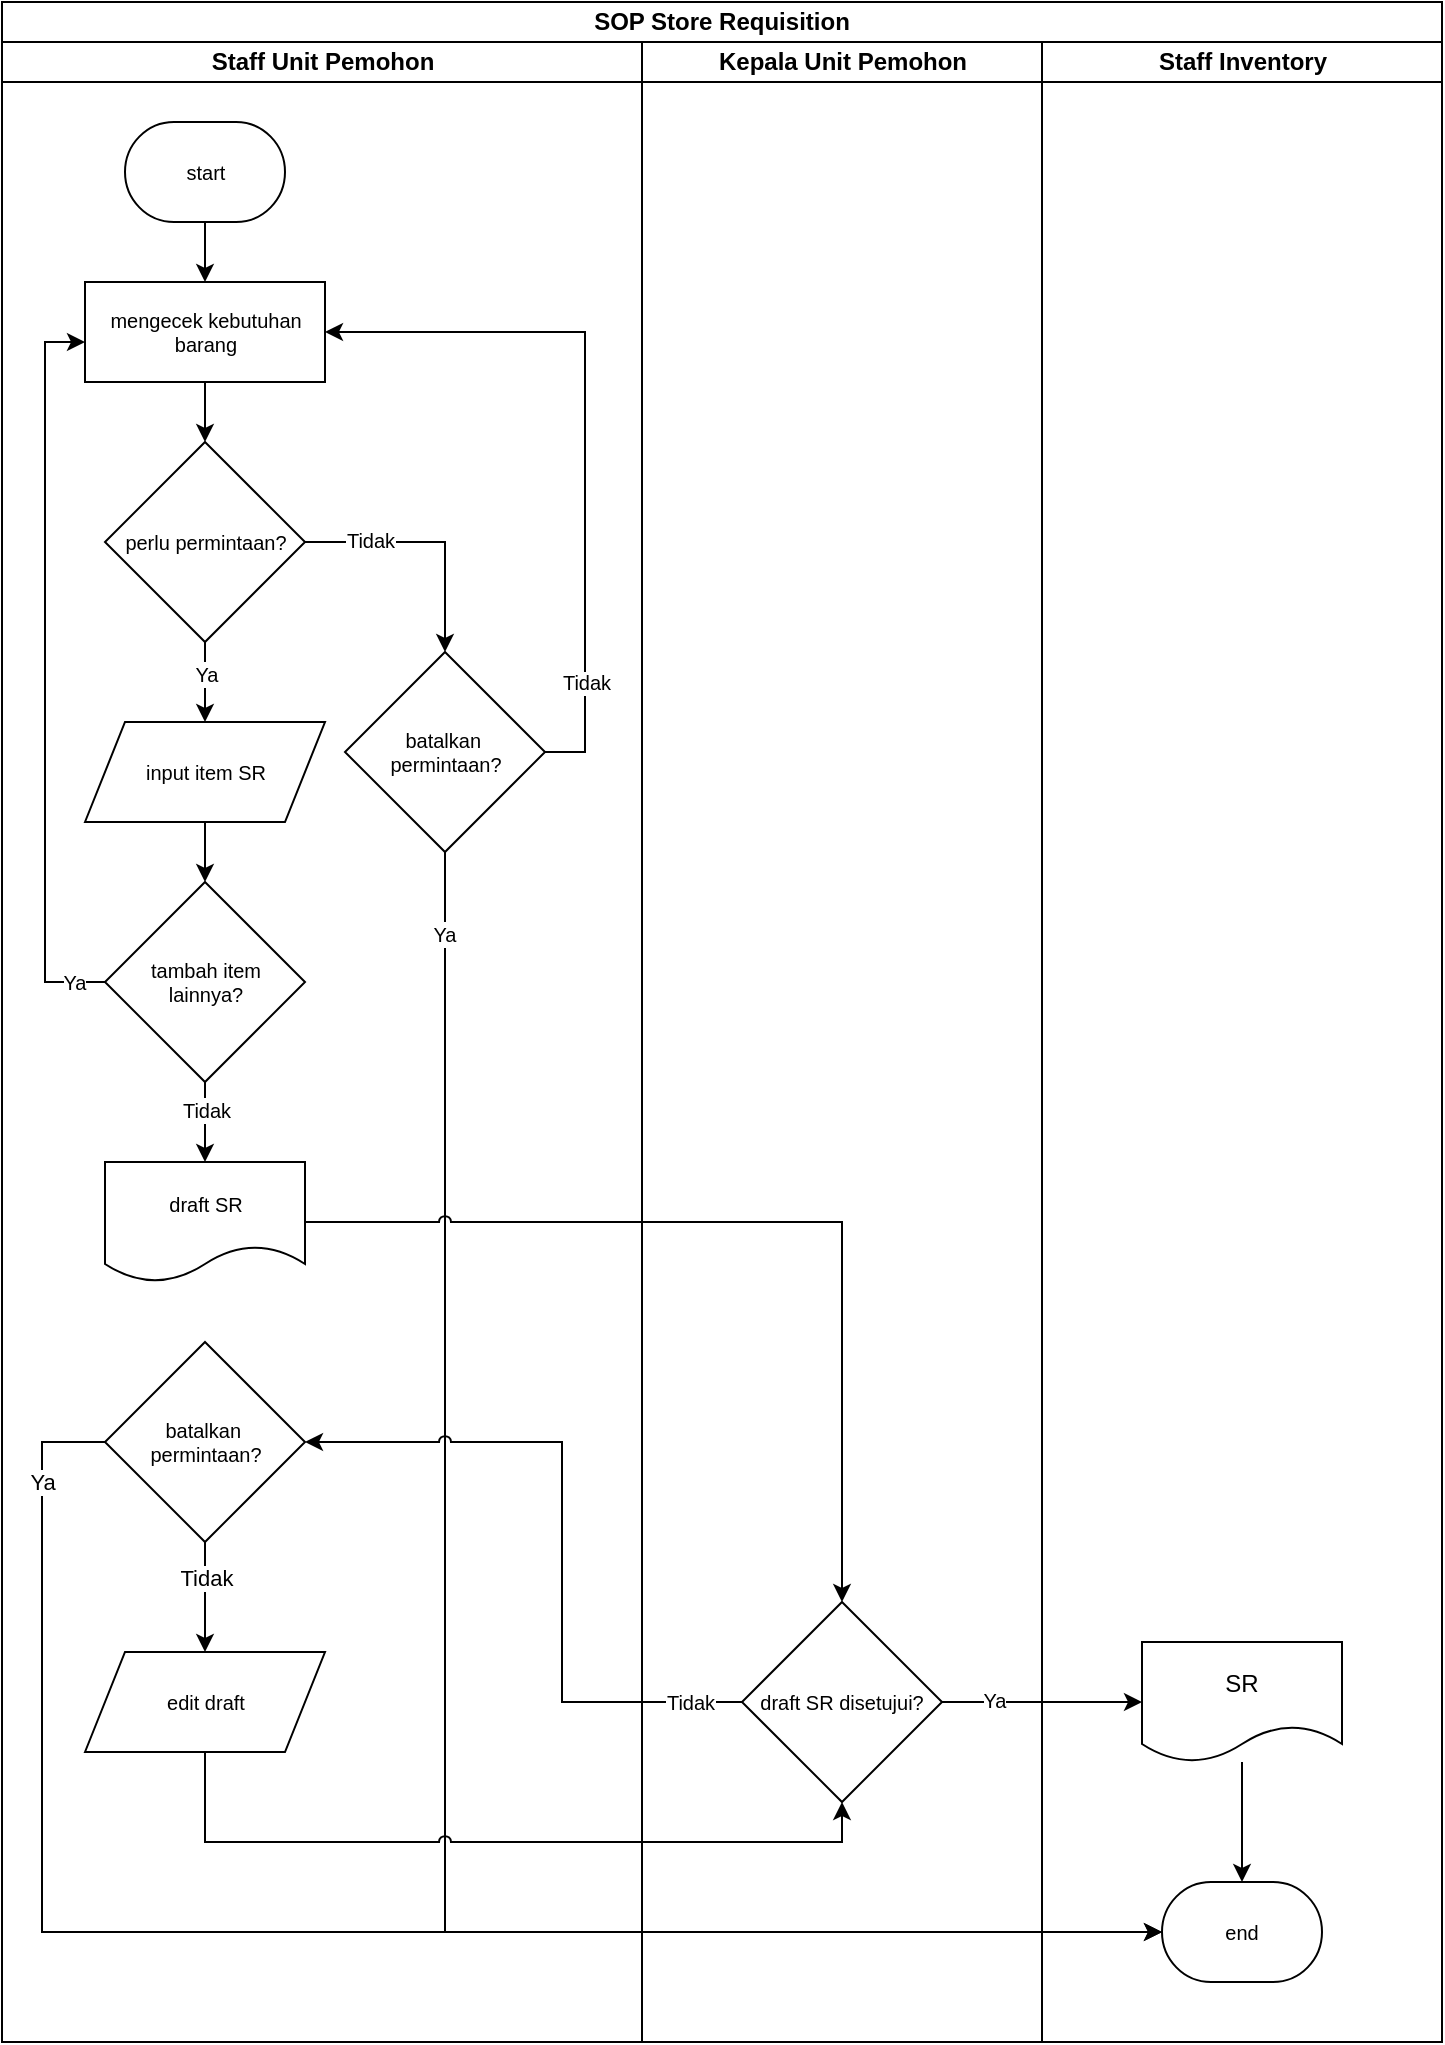
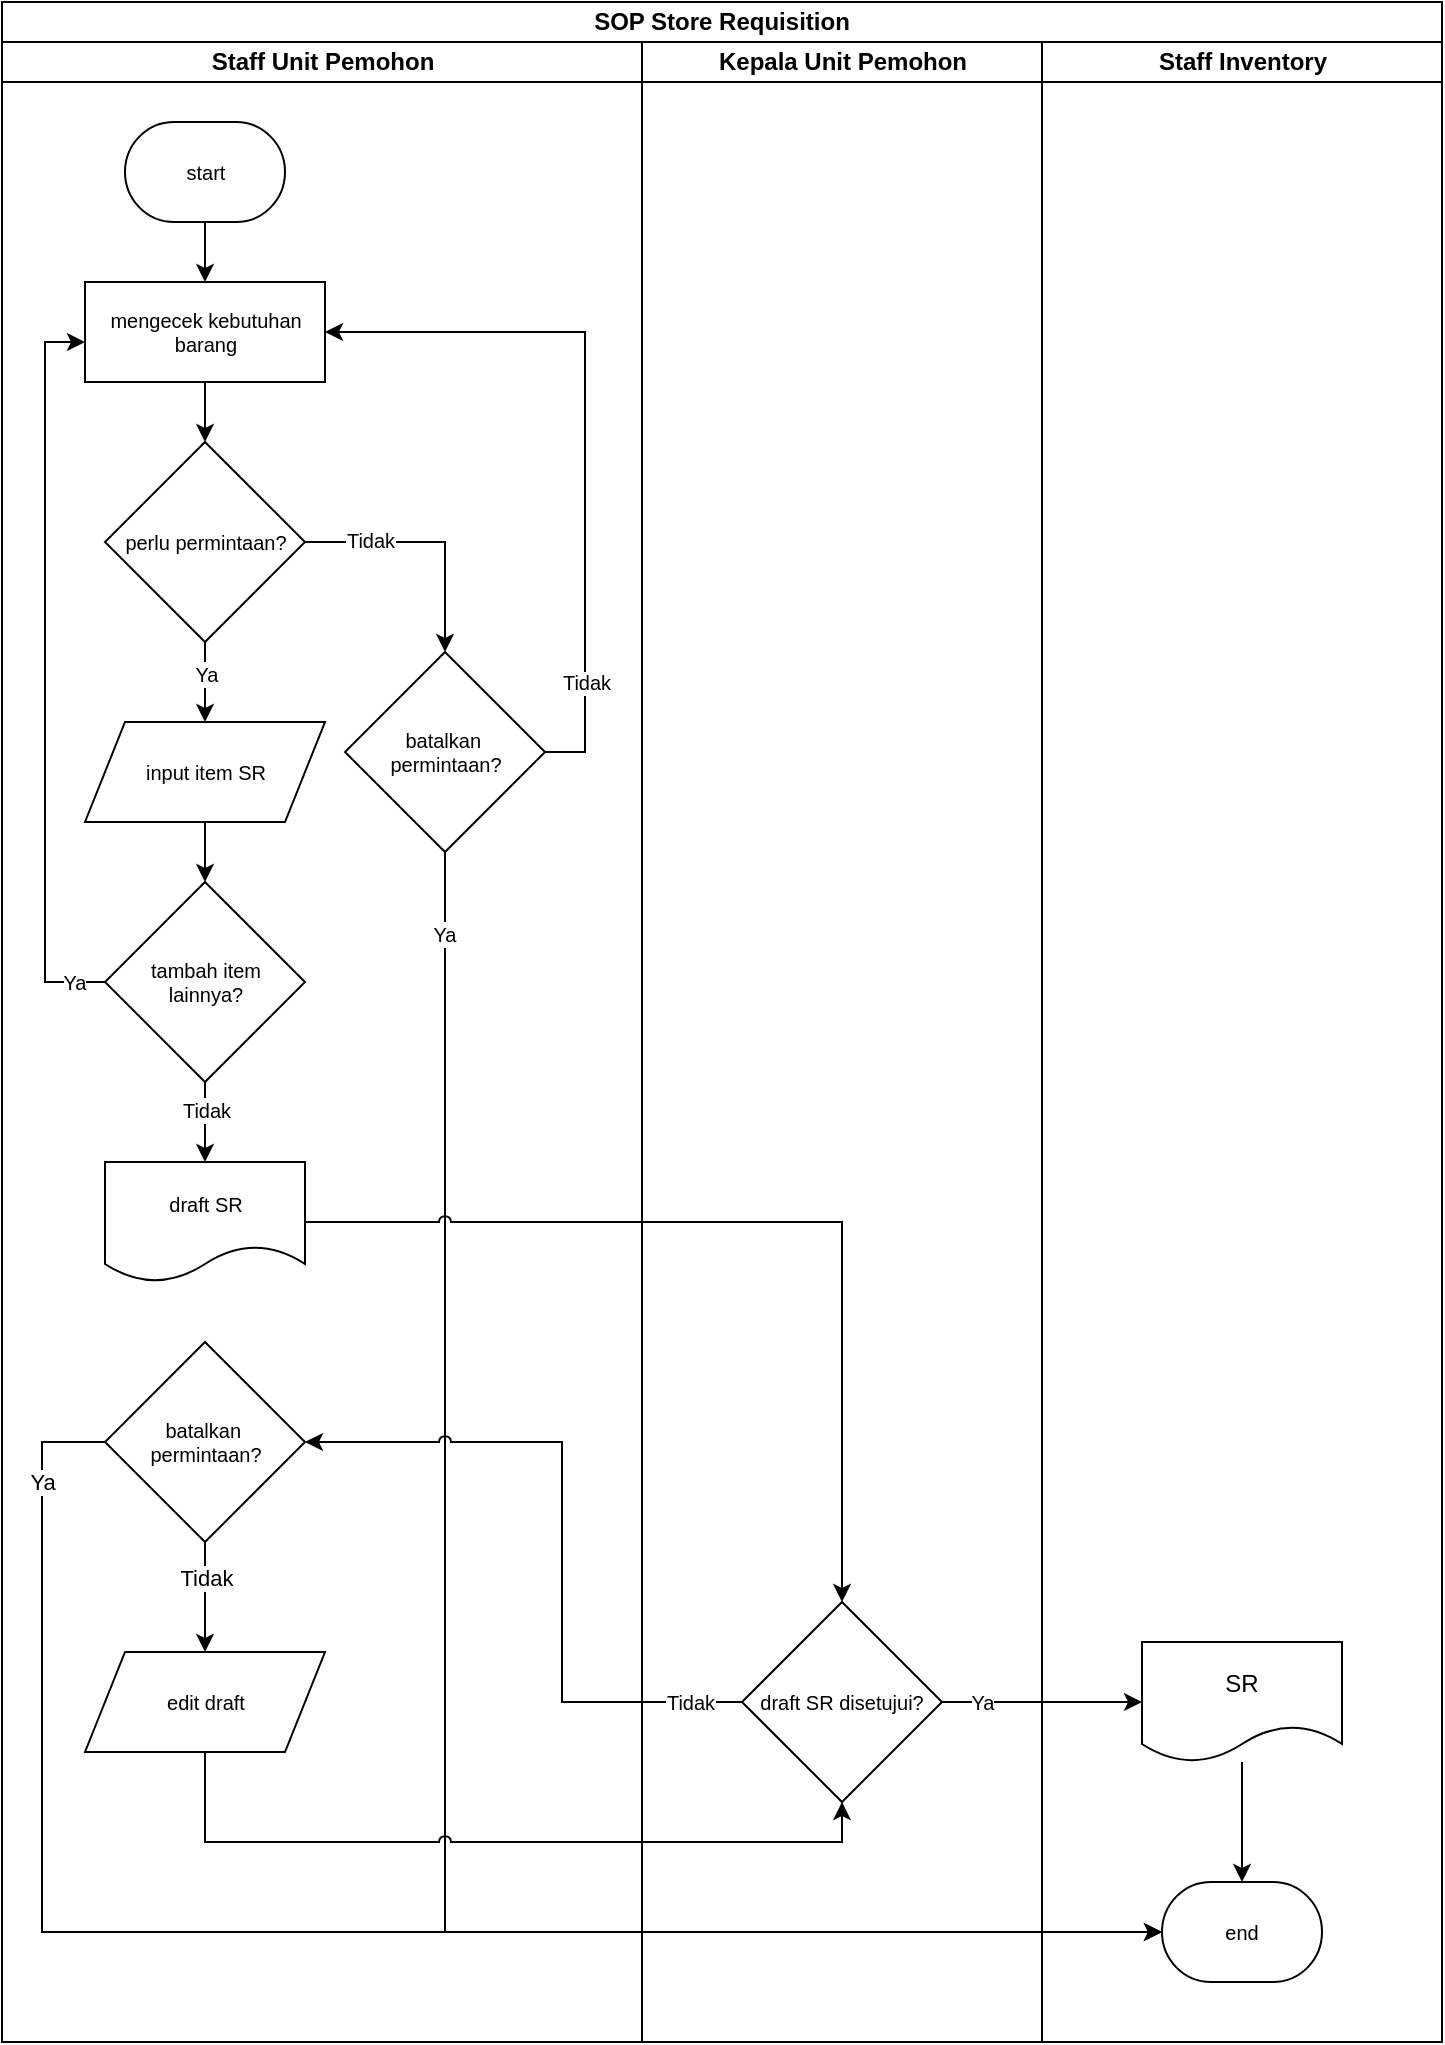
<mxfile host="app.diagrams.net" pages="2">
  <diagram name="SOP SR" id="mYAdajV0IufZudDyt58S">
-     <mxGraphModel dx="976" dy="550" grid="1" gridSize="10" guides="1" tooltips="1" connect="1" arrows="1" fold="1" page="1" pageScale="1" pageWidth="850" pageHeight="1100" math="0" shadow="0">
+     <mxGraphModel dx="558" dy="314" grid="1" gridSize="10" guides="1" tooltips="1" connect="1" arrows="1" fold="1" page="1" pageScale="1" pageWidth="850" pageHeight="1100" math="0" shadow="0">
      <root>
        <mxCell id="ewqPmyVIHkz6pLOVAfYW-0" />
        <mxCell id="ewqPmyVIHkz6pLOVAfYW-1" parent="ewqPmyVIHkz6pLOVAfYW-0" />
        <mxCell id="ewqPmyVIHkz6pLOVAfYW-2" parent="ewqPmyVIHkz6pLOVAfYW-1" style="swimlane;html=1;childLayout=stackLayout;resizeParent=1;resizeParentMax=0;startSize=20;whiteSpace=wrap;" value="SOP Store Requisition" vertex="1">
          <mxGeometry height="1020" width="720" x="600" y="330" as="geometry">
            <mxRectangle height="30" width="210" x="140" y="110" as="alternateBounds" />
          </mxGeometry>
        </mxCell>
        <mxCell id="ewqPmyVIHkz6pLOVAfYW-3" parent="ewqPmyVIHkz6pLOVAfYW-2" style="swimlane;html=1;startSize=20;" value="Staff Unit Pemohon" vertex="1">
          <mxGeometry height="1000" width="320" y="20" as="geometry" />
        </mxCell>
        <mxCell id="ewqPmyVIHkz6pLOVAfYW-4" parent="ewqPmyVIHkz6pLOVAfYW-3" style="strokeWidth=1;html=1;shape=mxgraph.flowchart.terminator;whiteSpace=wrap;fontSize=10;align=center;horizontal=1;spacing=0;" value="start" vertex="1">
          <mxGeometry height="50" width="80" x="61.5" y="40" as="geometry" />
        </mxCell>
        <mxCell id="ewqPmyVIHkz6pLOVAfYW-5" parent="ewqPmyVIHkz6pLOVAfYW-3" style="rounded=0;whiteSpace=wrap;html=1;absoluteArcSize=1;arcSize=7;strokeWidth=1;fontSize=10;" value="mengecek kebutuhan barang" vertex="1">
          <mxGeometry height="50" width="120" x="41.5" y="120" as="geometry" />
        </mxCell>
        <mxCell id="ewqPmyVIHkz6pLOVAfYW-6" edge="1" parent="ewqPmyVIHkz6pLOVAfYW-3" source="ewqPmyVIHkz6pLOVAfYW-5" style="edgeStyle=orthogonalEdgeStyle;rounded=0;orthogonalLoop=1;jettySize=auto;html=1;" value="">
          <mxGeometry relative="1" as="geometry">
            <mxPoint x="101.5" y="200" as="targetPoint" />
          </mxGeometry>
        </mxCell>
        <mxCell id="ewqPmyVIHkz6pLOVAfYW-7" edge="1" parent="ewqPmyVIHkz6pLOVAfYW-3" source="ewqPmyVIHkz6pLOVAfYW-4" style="edgeStyle=orthogonalEdgeStyle;rounded=0;orthogonalLoop=1;jettySize=auto;html=1;" target="ewqPmyVIHkz6pLOVAfYW-5" value="">
          <mxGeometry relative="1" as="geometry" />
        </mxCell>
        <mxCell id="ewqPmyVIHkz6pLOVAfYW-8" edge="1" parent="ewqPmyVIHkz6pLOVAfYW-3" source="ewqPmyVIHkz6pLOVAfYW-9" style="edgeStyle=orthogonalEdgeStyle;rounded=0;orthogonalLoop=1;jettySize=auto;html=1;entryX=0.5;entryY=0;entryDx=0;entryDy=0;" target="ewqPmyVIHkz6pLOVAfYW-14" value="">
          <mxGeometry relative="1" as="geometry">
            <mxPoint x="101.52564102564111" y="330" as="targetPoint" />
          </mxGeometry>
        </mxCell>
        <mxCell id="OhGSODvtPTQOCyl8h_7D-8" connectable="0" parent="ewqPmyVIHkz6pLOVAfYW-8" style="edgeLabel;html=1;align=center;verticalAlign=middle;resizable=0;points=[];" value="&lt;font style=&quot;font-size: 10px;&quot;&gt;Ya&lt;/font&gt;" vertex="1">
          <mxGeometry relative="1" x="-0.6444" y="-1" as="geometry">
            <mxPoint x="1" y="9" as="offset" />
          </mxGeometry>
        </mxCell>
        <mxCell id="ewqPmyVIHkz6pLOVAfYW-9" parent="ewqPmyVIHkz6pLOVAfYW-3" style="rhombus;whiteSpace=wrap;html=1;fontSize=10;" value="perlu permintaan?" vertex="1">
          <mxGeometry height="100" width="100" x="51.5" y="200" as="geometry" />
        </mxCell>
        <mxCell id="ewqPmyVIHkz6pLOVAfYW-10" edge="1" parent="ewqPmyVIHkz6pLOVAfYW-3" source="ewqPmyVIHkz6pLOVAfYW-14" style="edgeStyle=orthogonalEdgeStyle;rounded=0;orthogonalLoop=1;jettySize=auto;html=1;" target="ewqPmyVIHkz6pLOVAfYW-13" value="">
          <mxGeometry relative="1" as="geometry">
            <Array as="points" />
            <mxPoint x="101.5" y="380" as="sourcePoint" />
          </mxGeometry>
        </mxCell>
        <mxCell id="ewqPmyVIHkz6pLOVAfYW-11" edge="1" parent="ewqPmyVIHkz6pLOVAfYW-3" source="ewqPmyVIHkz6pLOVAfYW-13" style="edgeStyle=orthogonalEdgeStyle;rounded=0;orthogonalLoop=1;jettySize=auto;html=1;" target="ewqPmyVIHkz6pLOVAfYW-5">
          <mxGeometry relative="1" as="geometry">
            <Array as="points">
              <mxPoint x="21.5" y="470" />
              <mxPoint x="21.5" y="150" />
            </Array>
            <mxPoint x="101.5" y="110" as="targetPoint" />
          </mxGeometry>
        </mxCell>
        <mxCell id="OhGSODvtPTQOCyl8h_7D-11" connectable="0" parent="ewqPmyVIHkz6pLOVAfYW-11" style="edgeLabel;html=1;align=center;verticalAlign=middle;resizable=0;points=[];" value="&lt;font style=&quot;font-size: 10px;&quot;&gt;Ya&lt;/font&gt;" vertex="1">
          <mxGeometry relative="1" x="-0.913" as="geometry">
            <mxPoint as="offset" />
          </mxGeometry>
        </mxCell>
        <mxCell id="ewqPmyVIHkz6pLOVAfYW-12" edge="1" parent="ewqPmyVIHkz6pLOVAfYW-3" source="ewqPmyVIHkz6pLOVAfYW-13" style="edgeStyle=orthogonalEdgeStyle;rounded=0;orthogonalLoop=1;jettySize=auto;html=1;entryX=0.5;entryY=0;entryDx=0;entryDy=0;" target="ewqPmyVIHkz6pLOVAfYW-15" value="">
          <mxGeometry relative="1" as="geometry">
            <mxPoint x="101.5" y="550" as="targetPoint" />
          </mxGeometry>
        </mxCell>
        <mxCell id="OhGSODvtPTQOCyl8h_7D-13" connectable="0" parent="ewqPmyVIHkz6pLOVAfYW-12" style="edgeLabel;html=1;align=center;verticalAlign=middle;resizable=0;points=[];" value="&lt;font style=&quot;font-size: 10px;&quot;&gt;Tidak&lt;/font&gt;" vertex="1">
          <mxGeometry relative="1" x="-0.49" y="-1" as="geometry">
            <mxPoint x="1" y="4" as="offset" />
          </mxGeometry>
        </mxCell>
        <mxCell id="ewqPmyVIHkz6pLOVAfYW-13" parent="ewqPmyVIHkz6pLOVAfYW-3" style="rhombus;whiteSpace=wrap;html=1;fontSize=10;" value="tambah item&lt;div&gt;lainnya?&lt;/div&gt;" vertex="1">
          <mxGeometry height="100" width="100" x="51.5" y="420" as="geometry" />
        </mxCell>
        <mxCell id="ewqPmyVIHkz6pLOVAfYW-14" parent="ewqPmyVIHkz6pLOVAfYW-3" style="shape=parallelogram;perimeter=parallelogramPerimeter;whiteSpace=wrap;html=1;fixedSize=1;" value="&lt;div style=&quot;&quot;&gt;&lt;span style=&quot;font-size: 10px;&quot;&gt;input item SR&lt;/span&gt;&lt;/div&gt;" vertex="1">
          <mxGeometry height="50" width="120" x="41.5" y="340" as="geometry" />
        </mxCell>
        <mxCell id="ewqPmyVIHkz6pLOVAfYW-15" parent="ewqPmyVIHkz6pLOVAfYW-3" style="shape=document;whiteSpace=wrap;html=1;boundedLbl=1;" value="&lt;font style=&quot;font-size: 10px;&quot;&gt;draft SR&lt;/font&gt;" vertex="1">
          <mxGeometry height="60" width="100" x="51.5" y="560" as="geometry" />
        </mxCell>
        <mxCell id="ewqPmyVIHkz6pLOVAfYW-18" edge="1" parent="ewqPmyVIHkz6pLOVAfYW-3" source="ewqPmyVIHkz6pLOVAfYW-9" style="edgeStyle=orthogonalEdgeStyle;rounded=0;orthogonalLoop=1;jettySize=auto;html=1;" target="ewqPmyVIHkz6pLOVAfYW-20">
          <mxGeometry relative="1" as="geometry">
            <Array as="points">
              <mxPoint x="221.5" y="250" />
            </Array>
          </mxGeometry>
        </mxCell>
        <mxCell id="OhGSODvtPTQOCyl8h_7D-7" connectable="0" parent="ewqPmyVIHkz6pLOVAfYW-18" style="edgeLabel;html=1;align=center;verticalAlign=middle;resizable=0;points=[];" value="&lt;span style=&quot;font-size: 10px; white-space: normal;&quot;&gt;Tidak&lt;/span&gt;" vertex="1">
          <mxGeometry relative="1" x="-0.4896" y="1" as="geometry">
            <mxPoint as="offset" />
          </mxGeometry>
        </mxCell>
        <mxCell id="ewqPmyVIHkz6pLOVAfYW-19" edge="1" parent="ewqPmyVIHkz6pLOVAfYW-3" source="ewqPmyVIHkz6pLOVAfYW-20" style="edgeStyle=orthogonalEdgeStyle;rounded=0;orthogonalLoop=1;jettySize=auto;html=1;" target="ewqPmyVIHkz6pLOVAfYW-5">
          <mxGeometry relative="1" as="geometry">
            <Array as="points">
              <mxPoint x="291.5" y="355" />
              <mxPoint x="291.5" y="145" />
            </Array>
          </mxGeometry>
        </mxCell>
        <mxCell id="OhGSODvtPTQOCyl8h_7D-6" connectable="0" parent="ewqPmyVIHkz6pLOVAfYW-19" style="edgeLabel;html=1;align=center;verticalAlign=middle;resizable=0;points=[];fontSize=10;" value="Tidak" vertex="1">
          <mxGeometry relative="1" x="-0.5585" as="geometry">
            <mxPoint y="24" as="offset" />
          </mxGeometry>
        </mxCell>
        <mxCell id="ewqPmyVIHkz6pLOVAfYW-20" parent="ewqPmyVIHkz6pLOVAfYW-3" style="rhombus;whiteSpace=wrap;html=1;fontSize=10;" value="batalkan&amp;nbsp;&lt;div&gt;permintaan?&lt;/div&gt;" vertex="1">
          <mxGeometry height="100" width="100" x="171.5" y="305" as="geometry" />
        </mxCell>
        <mxCell id="OhGSODvtPTQOCyl8h_7D-17" edge="1" parent="ewqPmyVIHkz6pLOVAfYW-3" source="OhGSODvtPTQOCyl8h_7D-0" style="edgeStyle=orthogonalEdgeStyle;rounded=0;orthogonalLoop=1;jettySize=auto;html=1;entryX=0.5;entryY=0;entryDx=0;entryDy=0;" target="ewqPmyVIHkz6pLOVAfYW-17">
          <mxGeometry relative="1" as="geometry" />
        </mxCell>
        <mxCell id="OhGSODvtPTQOCyl8h_7D-18" connectable="0" parent="OhGSODvtPTQOCyl8h_7D-17" style="edgeLabel;html=1;align=center;verticalAlign=middle;resizable=0;points=[];" value="Tidak" vertex="1">
          <mxGeometry relative="1" x="-0.3527" as="geometry">
            <mxPoint as="offset" />
          </mxGeometry>
        </mxCell>
        <mxCell id="OhGSODvtPTQOCyl8h_7D-0" parent="ewqPmyVIHkz6pLOVAfYW-3" style="rhombus;whiteSpace=wrap;html=1;fontSize=10;" value="batalkan&amp;nbsp;&lt;div&gt;permintaan?&lt;/div&gt;" vertex="1">
          <mxGeometry height="100" width="100" x="51.5" y="650" as="geometry" />
        </mxCell>
        <mxCell id="ewqPmyVIHkz6pLOVAfYW-17" parent="ewqPmyVIHkz6pLOVAfYW-3" style="shape=parallelogram;perimeter=parallelogramPerimeter;whiteSpace=wrap;html=1;fixedSize=1;" value="&lt;span style=&quot;font-size: 10px;&quot;&gt;edit draft&lt;/span&gt;" vertex="1">
          <mxGeometry height="50" width="120" x="41.5" y="805" as="geometry" />
        </mxCell>
        <mxCell id="ewqPmyVIHkz6pLOVAfYW-27" parent="ewqPmyVIHkz6pLOVAfYW-2" style="swimlane;html=1;startSize=20;" value="Kepala Unit Pemohon" vertex="1">
          <mxGeometry height="1000" width="200" x="320" y="20" as="geometry" />
        </mxCell>
        <mxCell id="ewqPmyVIHkz6pLOVAfYW-31" parent="ewqPmyVIHkz6pLOVAfYW-2" style="swimlane;html=1;startSize=20;" value="Staff Inventory" vertex="1">
          <mxGeometry height="1000" width="200" x="520" y="20" as="geometry">
            <mxRectangle height="810" width="40" x="490" y="20" as="alternateBounds" />
          </mxGeometry>
        </mxCell>
        <mxCell id="ewqPmyVIHkz6pLOVAfYW-28" parent="ewqPmyVIHkz6pLOVAfYW-31" style="rhombus;whiteSpace=wrap;html=1;fontSize=10;" value="draft SR disetujui?" vertex="1">
          <mxGeometry height="100" width="100" x="-150" y="780" as="geometry" />
        </mxCell>
        <mxCell id="ewqPmyVIHkz6pLOVAfYW-32" edge="1" parent="ewqPmyVIHkz6pLOVAfYW-31" source="ewqPmyVIHkz6pLOVAfYW-33" style="edgeStyle=orthogonalEdgeStyle;rounded=0;orthogonalLoop=1;jettySize=auto;html=1;" target="ewqPmyVIHkz6pLOVAfYW-34" value="">
          <mxGeometry relative="1" as="geometry" />
        </mxCell>
        <mxCell id="ewqPmyVIHkz6pLOVAfYW-33" parent="ewqPmyVIHkz6pLOVAfYW-31" style="shape=document;whiteSpace=wrap;html=1;boundedLbl=1;" value="SR" vertex="1">
          <mxGeometry height="60" width="100" x="50" y="800" as="geometry" />
        </mxCell>
        <mxCell id="ewqPmyVIHkz6pLOVAfYW-34" parent="ewqPmyVIHkz6pLOVAfYW-31" style="strokeWidth=1;html=1;shape=mxgraph.flowchart.terminator;whiteSpace=wrap;fontSize=10;align=center;horizontal=1;spacing=0;" value="end" vertex="1">
          <mxGeometry height="50" width="80" x="60" y="920" as="geometry" />
        </mxCell>
        <mxCell id="ewqPmyVIHkz6pLOVAfYW-36" edge="1" parent="ewqPmyVIHkz6pLOVAfYW-31" source="ewqPmyVIHkz6pLOVAfYW-28" style="edgeStyle=orthogonalEdgeStyle;rounded=0;orthogonalLoop=1;jettySize=auto;html=1;" target="ewqPmyVIHkz6pLOVAfYW-33" value="">
          <mxGeometry relative="1" as="geometry" />
        </mxCell>
        <mxCell id="OhGSODvtPTQOCyl8h_7D-15" connectable="0" parent="ewqPmyVIHkz6pLOVAfYW-36" style="edgeLabel;html=1;align=center;verticalAlign=middle;resizable=0;points=[];" value="&lt;font style=&quot;font-size: 10px;&quot;&gt;Ya&lt;/font&gt;" vertex="1">
          <mxGeometry relative="1" x="-0.479" y="1" as="geometry">
-             <mxPoint as="offset" />
+             <mxPoint x="-6" y="1" as="offset" />
          </mxGeometry>
        </mxCell>
        <mxCell id="ewqPmyVIHkz6pLOVAfYW-38" edge="1" parent="ewqPmyVIHkz6pLOVAfYW-2" source="ewqPmyVIHkz6pLOVAfYW-20" style="edgeStyle=orthogonalEdgeStyle;rounded=0;orthogonalLoop=1;jettySize=auto;html=1;jumpStyle=arc;" target="ewqPmyVIHkz6pLOVAfYW-34">
          <mxGeometry relative="1" as="geometry">
            <Array as="points">
              <mxPoint x="222" y="965" />
            </Array>
          </mxGeometry>
        </mxCell>
        <mxCell id="OhGSODvtPTQOCyl8h_7D-10" connectable="0" parent="ewqPmyVIHkz6pLOVAfYW-38" style="edgeLabel;html=1;align=center;verticalAlign=middle;resizable=0;points=[];" value="&lt;font style=&quot;font-size: 10px;&quot;&gt;Ya&lt;/font&gt;" vertex="1">
          <mxGeometry relative="1" x="-0.9101" y="-1" as="geometry">
            <mxPoint as="offset" />
          </mxGeometry>
        </mxCell>
        <mxCell id="OhGSODvtPTQOCyl8h_7D-1" edge="1" parent="ewqPmyVIHkz6pLOVAfYW-2" source="OhGSODvtPTQOCyl8h_7D-0" style="edgeStyle=orthogonalEdgeStyle;rounded=0;orthogonalLoop=1;jettySize=auto;html=1;entryX=0;entryY=0.5;entryDx=0;entryDy=0;entryPerimeter=0;jumpStyle=arc;" target="ewqPmyVIHkz6pLOVAfYW-34">
          <mxGeometry relative="1" as="geometry">
            <Array as="points">
              <mxPoint x="20" y="720" />
              <mxPoint x="20" y="965" />
            </Array>
          </mxGeometry>
        </mxCell>
        <mxCell id="OhGSODvtPTQOCyl8h_7D-2" connectable="0" parent="OhGSODvtPTQOCyl8h_7D-1" style="edgeLabel;html=1;align=center;verticalAlign=middle;resizable=0;points=[];" value="Ya" vertex="1">
          <mxGeometry relative="1" x="-0.9591" y="-1" as="geometry">
            <mxPoint x="-15" y="21" as="offset" />
          </mxGeometry>
        </mxCell>
        <mxCell id="ewqPmyVIHkz6pLOVAfYW-37" edge="1" parent="ewqPmyVIHkz6pLOVAfYW-2" source="ewqPmyVIHkz6pLOVAfYW-28" style="edgeStyle=orthogonalEdgeStyle;rounded=0;orthogonalLoop=1;jettySize=auto;html=1;jumpStyle=arc;entryX=1;entryY=0.5;entryDx=0;entryDy=0;" target="OhGSODvtPTQOCyl8h_7D-0">
          <mxGeometry relative="1" as="geometry">
            <Array as="points">
              <mxPoint x="280" y="850" />
              <mxPoint x="280" y="720" />
            </Array>
            <mxPoint x="260" y="770" as="targetPoint" />
          </mxGeometry>
        </mxCell>
        <mxCell id="OhGSODvtPTQOCyl8h_7D-14" connectable="0" parent="ewqPmyVIHkz6pLOVAfYW-37" style="edgeLabel;html=1;align=center;verticalAlign=middle;resizable=0;points=[];" value="&lt;font style=&quot;font-size: 10px;&quot;&gt;Tidak&lt;/font&gt;" vertex="1">
          <mxGeometry relative="1" x="-0.7459" as="geometry">
            <mxPoint x="18" as="offset" />
          </mxGeometry>
        </mxCell>
        <mxCell id="OhGSODvtPTQOCyl8h_7D-16" edge="1" parent="ewqPmyVIHkz6pLOVAfYW-2" source="ewqPmyVIHkz6pLOVAfYW-15" style="edgeStyle=orthogonalEdgeStyle;rounded=0;orthogonalLoop=1;jettySize=auto;html=1;entryX=0.5;entryY=0;entryDx=0;entryDy=0;jumpStyle=arc;" target="ewqPmyVIHkz6pLOVAfYW-28">
          <mxGeometry relative="1" as="geometry" />
        </mxCell>
        <mxCell id="OhGSODvtPTQOCyl8h_7D-19" edge="1" parent="ewqPmyVIHkz6pLOVAfYW-2" source="ewqPmyVIHkz6pLOVAfYW-17" style="edgeStyle=orthogonalEdgeStyle;rounded=0;orthogonalLoop=1;jettySize=auto;html=1;entryX=0.5;entryY=1;entryDx=0;entryDy=0;jumpStyle=arc;" target="ewqPmyVIHkz6pLOVAfYW-28">
          <mxGeometry relative="1" as="geometry">
            <Array as="points">
              <mxPoint x="102" y="920" />
              <mxPoint x="420" y="920" />
            </Array>
          </mxGeometry>
        </mxCell>
      </root>
    </mxGraphModel>
  </diagram>
  <diagram name="SOP PR" id="-7YdF_Z_4hD_neaPn9do">
    <mxGraphModel dx="849" dy="478" grid="1" gridSize="10" guides="1" tooltips="1" connect="1" arrows="1" fold="1" page="1" pageScale="1" pageWidth="850" pageHeight="1100" math="0" shadow="0">
      <root>
        <mxCell id="0" />
        <mxCell id="1" parent="0" />
        <mxCell id="FgAdxiRBUQnmOL_wIOqZ-3" parent="1" style="swimlane;html=1;childLayout=stackLayout;resizeParent=1;resizeParentMax=0;startSize=20;whiteSpace=wrap;" value="SOP Purchase Requisition" vertex="1">
          <mxGeometry height="830" width="690" x="610" y="360" as="geometry">
            <mxRectangle height="30" width="210" x="140" y="110" as="alternateBounds" />
          </mxGeometry>
        </mxCell>
        <mxCell id="FgAdxiRBUQnmOL_wIOqZ-4" parent="FgAdxiRBUQnmOL_wIOqZ-3" style="swimlane;html=1;startSize=20;" value="Staff Inventory" vertex="1">
          <mxGeometry height="810" width="290" y="20" as="geometry" />
        </mxCell>
        <mxCell id="FgAdxiRBUQnmOL_wIOqZ-5" parent="FgAdxiRBUQnmOL_wIOqZ-4" style="strokeWidth=1;html=1;shape=mxgraph.flowchart.terminator;whiteSpace=wrap;fontSize=10;align=center;horizontal=1;spacing=0;" value="start" vertex="1">
          <mxGeometry height="50" width="80" x="50" y="40" as="geometry" />
        </mxCell>
        <mxCell id="FgAdxiRBUQnmOL_wIOqZ-6" parent="FgAdxiRBUQnmOL_wIOqZ-4" style="rounded=0;whiteSpace=wrap;html=1;absoluteArcSize=1;arcSize=7;strokeWidth=1;fontSize=10;" value="mengecek stok&lt;div&gt;barang&lt;/div&gt;" vertex="1">
          <mxGeometry height="50" width="120" x="30" y="120" as="geometry" />
        </mxCell>
        <mxCell id="FgAdxiRBUQnmOL_wIOqZ-7" edge="1" parent="FgAdxiRBUQnmOL_wIOqZ-4" source="FgAdxiRBUQnmOL_wIOqZ-6" style="edgeStyle=orthogonalEdgeStyle;rounded=0;orthogonalLoop=1;jettySize=auto;html=1;" value="">
          <mxGeometry relative="1" as="geometry">
            <mxPoint x="90" y="200" as="targetPoint" />
          </mxGeometry>
        </mxCell>
        <mxCell id="FgAdxiRBUQnmOL_wIOqZ-8" edge="1" parent="FgAdxiRBUQnmOL_wIOqZ-4" source="FgAdxiRBUQnmOL_wIOqZ-5" style="edgeStyle=orthogonalEdgeStyle;rounded=0;orthogonalLoop=1;jettySize=auto;html=1;" target="FgAdxiRBUQnmOL_wIOqZ-6" value="">
          <mxGeometry relative="1" as="geometry" />
        </mxCell>
        <mxCell id="FgAdxiRBUQnmOL_wIOqZ-9" edge="1" parent="FgAdxiRBUQnmOL_wIOqZ-4" source="FgAdxiRBUQnmOL_wIOqZ-10" style="edgeStyle=orthogonalEdgeStyle;rounded=0;orthogonalLoop=1;jettySize=auto;html=1;" value="">
          <mxGeometry relative="1" as="geometry">
            <mxPoint x="90.02564102564111" y="330" as="targetPoint" />
          </mxGeometry>
        </mxCell>
        <mxCell id="FgAdxiRBUQnmOL_wIOqZ-10" parent="FgAdxiRBUQnmOL_wIOqZ-4" style="rhombus;whiteSpace=wrap;html=1;fontSize=10;" value="perlu&lt;div&gt;pengadaan?&lt;/div&gt;" vertex="1">
          <mxGeometry height="100" width="100" x="40" y="200" as="geometry" />
        </mxCell>
        <mxCell id="FgAdxiRBUQnmOL_wIOqZ-11" edge="1" parent="FgAdxiRBUQnmOL_wIOqZ-4" source="FgAdxiRBUQnmOL_wIOqZ-15" style="edgeStyle=orthogonalEdgeStyle;rounded=0;orthogonalLoop=1;jettySize=auto;html=1;" target="FgAdxiRBUQnmOL_wIOqZ-14" value="">
          <mxGeometry relative="1" as="geometry">
            <Array as="points" />
            <mxPoint x="90" y="380" as="sourcePoint" />
          </mxGeometry>
        </mxCell>
        <mxCell id="FgAdxiRBUQnmOL_wIOqZ-12" edge="1" parent="FgAdxiRBUQnmOL_wIOqZ-4" source="FgAdxiRBUQnmOL_wIOqZ-14" style="edgeStyle=orthogonalEdgeStyle;rounded=0;orthogonalLoop=1;jettySize=auto;html=1;" target="FgAdxiRBUQnmOL_wIOqZ-6">
          <mxGeometry relative="1" as="geometry">
            <Array as="points">
              <mxPoint x="10" y="470" />
              <mxPoint x="10" y="150" />
            </Array>
            <mxPoint x="90" y="110" as="targetPoint" />
          </mxGeometry>
        </mxCell>
        <mxCell id="FgAdxiRBUQnmOL_wIOqZ-13" edge="1" parent="FgAdxiRBUQnmOL_wIOqZ-4" source="FgAdxiRBUQnmOL_wIOqZ-14" style="edgeStyle=orthogonalEdgeStyle;rounded=0;orthogonalLoop=1;jettySize=auto;html=1;" value="">
          <mxGeometry relative="1" as="geometry">
            <mxPoint x="90" y="550" as="targetPoint" />
          </mxGeometry>
        </mxCell>
        <mxCell id="FgAdxiRBUQnmOL_wIOqZ-14" parent="FgAdxiRBUQnmOL_wIOqZ-4" style="rhombus;whiteSpace=wrap;html=1;fontSize=10;" value="tambah item&lt;div&gt;lainnya?&lt;/div&gt;" vertex="1">
          <mxGeometry height="100" width="100" x="40" y="420" as="geometry" />
        </mxCell>
        <mxCell id="FgAdxiRBUQnmOL_wIOqZ-15" parent="FgAdxiRBUQnmOL_wIOqZ-4" style="shape=parallelogram;perimeter=parallelogramPerimeter;whiteSpace=wrap;html=1;fixedSize=1;" value="&lt;div style=&quot;font-size: 10px;&quot;&gt;&lt;font style=&quot;font-size: 10px;&quot;&gt;input&lt;/font&gt;&lt;/div&gt;&lt;div style=&quot;font-size: 10px;&quot;&gt;&lt;font style=&quot;font-size: 10px;&quot;&gt;item PR&lt;/font&gt;&lt;/div&gt;" vertex="1">
          <mxGeometry height="50" width="120" x="30" y="330" as="geometry" />
        </mxCell>
        <mxCell id="FgAdxiRBUQnmOL_wIOqZ-16" parent="FgAdxiRBUQnmOL_wIOqZ-4" style="shape=document;whiteSpace=wrap;html=1;boundedLbl=1;" value="&lt;font style=&quot;font-size: 10px;&quot;&gt;draft PR&lt;/font&gt;" vertex="1">
          <mxGeometry height="60" width="100" x="40" y="550" as="geometry" />
        </mxCell>
        <mxCell id="FgAdxiRBUQnmOL_wIOqZ-17" edge="1" parent="FgAdxiRBUQnmOL_wIOqZ-4" source="FgAdxiRBUQnmOL_wIOqZ-18" style="edgeStyle=orthogonalEdgeStyle;rounded=0;orthogonalLoop=1;jettySize=auto;html=1;" target="FgAdxiRBUQnmOL_wIOqZ-16" value="">
          <mxGeometry relative="1" as="geometry" />
        </mxCell>
        <mxCell id="FgAdxiRBUQnmOL_wIOqZ-18" parent="FgAdxiRBUQnmOL_wIOqZ-4" style="shape=parallelogram;perimeter=parallelogramPerimeter;whiteSpace=wrap;html=1;fixedSize=1;" value="&lt;span style=&quot;font-size: 10px;&quot;&gt;edit draft&lt;/span&gt;" vertex="1">
          <mxGeometry height="50" width="120" x="30" y="645" as="geometry" />
        </mxCell>
        <mxCell id="FgAdxiRBUQnmOL_wIOqZ-19" edge="1" parent="FgAdxiRBUQnmOL_wIOqZ-4" source="FgAdxiRBUQnmOL_wIOqZ-10" style="edgeStyle=orthogonalEdgeStyle;rounded=0;orthogonalLoop=1;jettySize=auto;html=1;" target="FgAdxiRBUQnmOL_wIOqZ-21">
          <mxGeometry relative="1" as="geometry">
            <Array as="points">
              <mxPoint x="210" y="250" />
            </Array>
          </mxGeometry>
        </mxCell>
        <mxCell id="FgAdxiRBUQnmOL_wIOqZ-20" edge="1" parent="FgAdxiRBUQnmOL_wIOqZ-4" source="FgAdxiRBUQnmOL_wIOqZ-21" style="edgeStyle=orthogonalEdgeStyle;rounded=0;orthogonalLoop=1;jettySize=auto;html=1;" target="FgAdxiRBUQnmOL_wIOqZ-6">
          <mxGeometry relative="1" as="geometry">
            <Array as="points">
              <mxPoint x="280" y="355" />
              <mxPoint x="280" y="145" />
            </Array>
          </mxGeometry>
        </mxCell>
        <mxCell id="FgAdxiRBUQnmOL_wIOqZ-21" parent="FgAdxiRBUQnmOL_wIOqZ-4" style="rhombus;whiteSpace=wrap;html=1;fontSize=10;" value="batalkan&lt;div&gt;pengadaan?&lt;/div&gt;" vertex="1">
          <mxGeometry height="100" width="100" x="160" y="305" as="geometry" />
        </mxCell>
        <mxCell id="FgAdxiRBUQnmOL_wIOqZ-22" parent="FgAdxiRBUQnmOL_wIOqZ-4" style="text;html=1;align=center;verticalAlign=middle;whiteSpace=wrap;rounded=0;" value="&lt;font style=&quot;font-size: 10px;&quot;&gt;tidak&lt;/font&gt;" vertex="1">
          <mxGeometry height="30" width="60" x="120" y="228" as="geometry" />
        </mxCell>
        <mxCell id="FgAdxiRBUQnmOL_wIOqZ-23" parent="FgAdxiRBUQnmOL_wIOqZ-4" style="text;html=1;align=center;verticalAlign=middle;whiteSpace=wrap;rounded=0;" value="&lt;font style=&quot;font-size: 10px;&quot;&gt;ya&lt;/font&gt;" vertex="1">
          <mxGeometry height="30" width="60" x="70" y="290" as="geometry" />
        </mxCell>
        <mxCell id="FgAdxiRBUQnmOL_wIOqZ-24" parent="FgAdxiRBUQnmOL_wIOqZ-4" style="text;html=1;align=center;verticalAlign=middle;whiteSpace=wrap;rounded=0;" value="&lt;font style=&quot;font-size: 10px;&quot;&gt;tidak&lt;/font&gt;" vertex="1">
          <mxGeometry height="30" width="60" x="237" y="330" as="geometry" />
        </mxCell>
        <mxCell id="FgAdxiRBUQnmOL_wIOqZ-25" parent="FgAdxiRBUQnmOL_wIOqZ-4" style="text;html=1;align=center;verticalAlign=middle;whiteSpace=wrap;rounded=0;" value="&lt;font style=&quot;font-size: 10px;&quot;&gt;ya&lt;/font&gt;" vertex="1">
          <mxGeometry height="30" width="60" x="190" y="390" as="geometry" />
        </mxCell>
        <mxCell id="FgAdxiRBUQnmOL_wIOqZ-26" parent="FgAdxiRBUQnmOL_wIOqZ-4" style="text;html=1;align=center;verticalAlign=middle;whiteSpace=wrap;rounded=0;" value="&lt;font style=&quot;font-size: 10px;&quot;&gt;tidak&lt;/font&gt;" vertex="1">
          <mxGeometry height="30" width="60" x="80" y="510" as="geometry" />
        </mxCell>
        <mxCell id="FgAdxiRBUQnmOL_wIOqZ-27" parent="FgAdxiRBUQnmOL_wIOqZ-4" style="text;html=1;align=center;verticalAlign=middle;whiteSpace=wrap;rounded=0;" value="&lt;font style=&quot;font-size: 10px;&quot;&gt;ya&lt;/font&gt;" vertex="1">
          <mxGeometry height="30" width="60" y="440" as="geometry" />
        </mxCell>
        <mxCell id="FgAdxiRBUQnmOL_wIOqZ-28" parent="FgAdxiRBUQnmOL_wIOqZ-3" style="swimlane;html=1;startSize=20;" value="Kepala Inventory" vertex="1">
          <mxGeometry height="810" width="200" x="290" y="20" as="geometry" />
        </mxCell>
        <mxCell id="FgAdxiRBUQnmOL_wIOqZ-29" parent="FgAdxiRBUQnmOL_wIOqZ-28" style="rhombus;whiteSpace=wrap;html=1;fontSize=10;" value="draft PR&lt;div&gt;disetujui?&lt;/div&gt;" vertex="1">
          <mxGeometry height="100" width="100" x="50" y="620" as="geometry" />
        </mxCell>
        <mxCell id="FgAdxiRBUQnmOL_wIOqZ-30" parent="FgAdxiRBUQnmOL_wIOqZ-28" style="text;html=1;align=center;verticalAlign=middle;whiteSpace=wrap;rounded=0;" value="&lt;font style=&quot;font-size: 10px;&quot;&gt;tidak&lt;/font&gt;" vertex="1">
          <mxGeometry height="30" width="60" x="10" y="640" as="geometry" />
        </mxCell>
        <mxCell id="FgAdxiRBUQnmOL_wIOqZ-31" parent="FgAdxiRBUQnmOL_wIOqZ-28" style="text;html=1;align=center;verticalAlign=middle;whiteSpace=wrap;rounded=0;" value="&lt;font style=&quot;font-size: 10px;&quot;&gt;ya&lt;/font&gt;" vertex="1">
          <mxGeometry height="30" width="60" x="130" y="640" as="geometry" />
        </mxCell>
        <mxCell id="FgAdxiRBUQnmOL_wIOqZ-32" parent="FgAdxiRBUQnmOL_wIOqZ-3" style="swimlane;html=1;startSize=20;" value="Staff Purchasing" vertex="1">
          <mxGeometry height="810" width="200" x="490" y="20" as="geometry">
            <mxRectangle height="810" width="40" x="490" y="20" as="alternateBounds" />
          </mxGeometry>
        </mxCell>
        <mxCell id="FgAdxiRBUQnmOL_wIOqZ-33" edge="1" parent="FgAdxiRBUQnmOL_wIOqZ-32" source="FgAdxiRBUQnmOL_wIOqZ-34" style="edgeStyle=orthogonalEdgeStyle;rounded=0;orthogonalLoop=1;jettySize=auto;html=1;" target="FgAdxiRBUQnmOL_wIOqZ-35" value="">
          <mxGeometry relative="1" as="geometry" />
        </mxCell>
        <mxCell id="FgAdxiRBUQnmOL_wIOqZ-34" parent="FgAdxiRBUQnmOL_wIOqZ-32" style="shape=document;whiteSpace=wrap;html=1;boundedLbl=1;" value="PR" vertex="1">
          <mxGeometry height="60" width="100" x="50" y="640" as="geometry" />
        </mxCell>
        <mxCell id="FgAdxiRBUQnmOL_wIOqZ-35" parent="FgAdxiRBUQnmOL_wIOqZ-32" style="strokeWidth=1;html=1;shape=mxgraph.flowchart.terminator;whiteSpace=wrap;fontSize=10;align=center;horizontal=1;spacing=0;" value="end" vertex="1">
          <mxGeometry height="50" width="80" x="60" y="730" as="geometry" />
        </mxCell>
        <mxCell id="FgAdxiRBUQnmOL_wIOqZ-36" edge="1" parent="FgAdxiRBUQnmOL_wIOqZ-3" source="FgAdxiRBUQnmOL_wIOqZ-16" style="edgeStyle=orthogonalEdgeStyle;rounded=0;orthogonalLoop=1;jettySize=auto;html=1;" target="FgAdxiRBUQnmOL_wIOqZ-29">
          <mxGeometry relative="1" as="geometry" />
        </mxCell>
        <mxCell id="FgAdxiRBUQnmOL_wIOqZ-37" edge="1" parent="FgAdxiRBUQnmOL_wIOqZ-3" source="FgAdxiRBUQnmOL_wIOqZ-29" style="edgeStyle=orthogonalEdgeStyle;rounded=0;orthogonalLoop=1;jettySize=auto;html=1;" target="FgAdxiRBUQnmOL_wIOqZ-34" value="">
          <mxGeometry relative="1" as="geometry" />
        </mxCell>
        <mxCell id="FgAdxiRBUQnmOL_wIOqZ-38" edge="1" parent="FgAdxiRBUQnmOL_wIOqZ-3" source="FgAdxiRBUQnmOL_wIOqZ-29" style="edgeStyle=orthogonalEdgeStyle;rounded=0;orthogonalLoop=1;jettySize=auto;html=1;" target="FgAdxiRBUQnmOL_wIOqZ-18">
          <mxGeometry relative="1" as="geometry">
            <Array as="points" />
            <mxPoint x="100" y="690" as="targetPoint" />
          </mxGeometry>
        </mxCell>
        <mxCell id="FgAdxiRBUQnmOL_wIOqZ-39" edge="1" parent="FgAdxiRBUQnmOL_wIOqZ-3" source="FgAdxiRBUQnmOL_wIOqZ-21" style="edgeStyle=orthogonalEdgeStyle;rounded=0;orthogonalLoop=1;jettySize=auto;html=1;jumpStyle=arc;" target="FgAdxiRBUQnmOL_wIOqZ-35">
          <mxGeometry relative="1" as="geometry">
            <Array as="points">
              <mxPoint x="210" y="780" />
            </Array>
          </mxGeometry>
        </mxCell>
      </root>
    </mxGraphModel>
  </diagram>
</mxfile>
